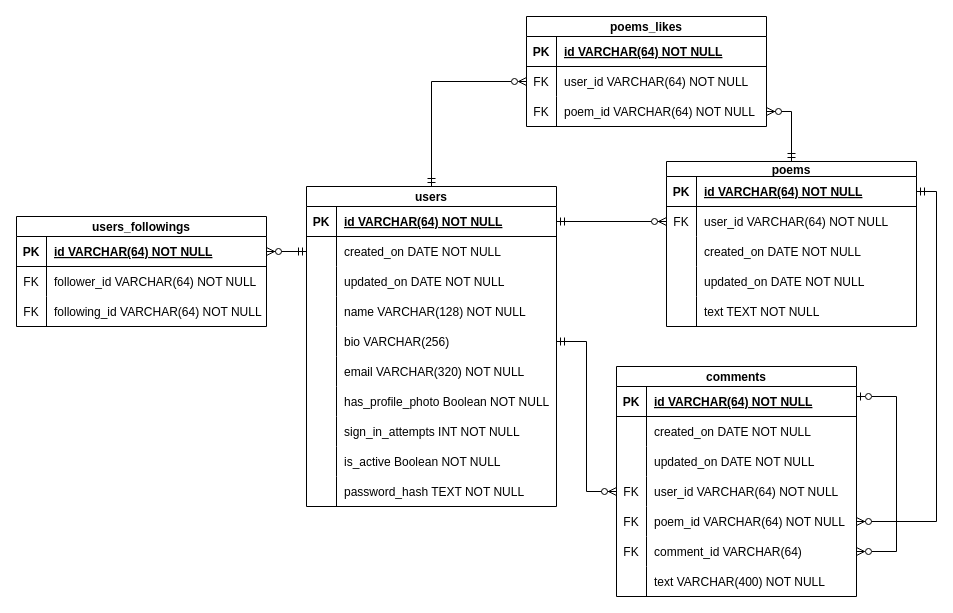
This is planning/2-Data_Model.drawio from B3zaleel/Cartedepoezii, a draw.io file, before an edit. Source tidied: cells renumbered, new cells numbered last; positions are measured from the earlier drawing's top-left corner, leaving out a move shared by most shapes. Both pictures are drawn from the tidied source at 100%, with x=0, y=0 at pixel (16, 16).
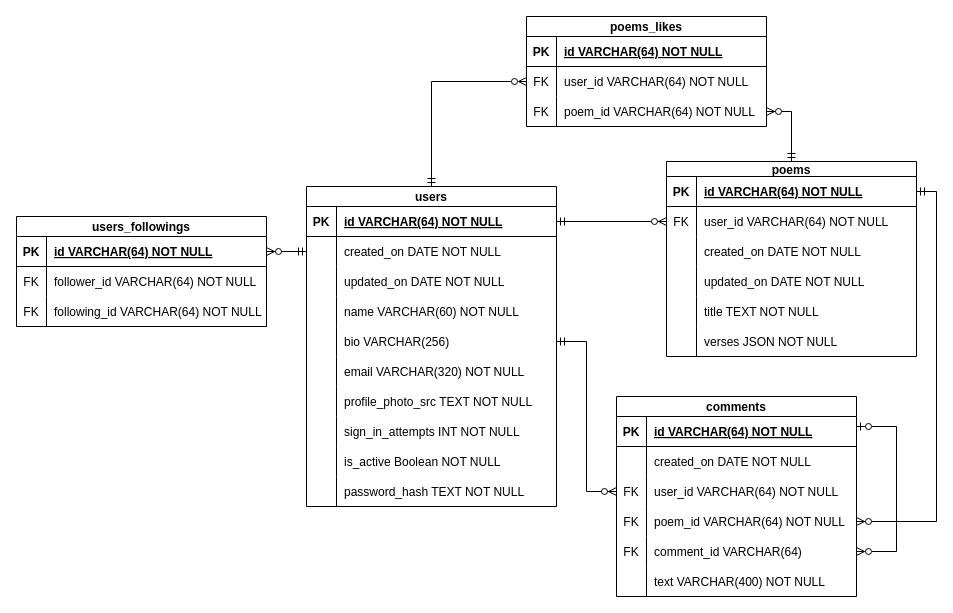
After the change.

Commit message (it also covers changes not shown here):
Update Data Models

The change refers to these unchanged cells:
```xml
<mxCell id="15" style="shape=partialRectangle;fillColor=none;top=0;left=0;right=0;bottom=0;" parent="2" vertex="1">
  <mxGeometry y="135" width="250" height="30" as="geometry" />
</mxCell>
<mxCell id="52" style="shape=partialRectangle;fillColor=none;top=0;left=0;right=0;bottom=0;" parent="42" vertex="1">
  <mxGeometry y="110" width="250" height="30" as="geometry" />
</mxCell>
<mxCell id="61" style="shape=partialRectangle;fillColor=none;top=0;left=0;right=0;bottom=0;" parent="42" vertex="1">
  <mxGeometry y="200" width="250" height="30" as="geometry" />
</mxCell>
```

What changed in the source:
```diff
@@
     <mxCell id="2" value="poems" style="shape=table;startSize=15;childLayout=tableLayout;rowLines=0;fontStyle=1;align=center;" parent="1" vertex="1">
-      <mxGeometry x="650" y="145" width="250" height="165" as="geometry" />
+      <mxGeometry x="650" y="145" width="250" height="195" as="geometry" />
     </mxCell>
@@
-    <mxCell id="17" value="text TEXT NOT NULL" style="shape=partialRectangle;overflow=hidden;fillColor=none;top=0;left=0;bottom=0;right=0;align=left;spacingLeft=6;" parent="15" vertex="1">
+    <mxCell id="17" value="title TEXT NOT NULL" style="shape=partialRectangle;overflow=hidden;fillColor=none;top=0;left=0;bottom=0;right=0;align=left;spacingLeft=6;" parent="15" vertex="1">
       <mxGeometry x="30" width="220" height="30" as="geometry" />
     </mxCell>
+    <mxCell id="98" style="shape=partialRectangle;fillColor=none;top=0;left=0;right=0;bottom=0;" parent="2" vertex="1">
+      <mxGeometry y="165" width="250" height="30" as="geometry" />
+    </mxCell>
+    <mxCell id="26" style="shape=partialRectangle;overflow=hidden;fillColor=none;top=0;left=0;bottom=0;right=0;" parent="98" vertex="1">
+      <mxGeometry width="30" height="30" as="geometry" />
+    </mxCell>
+    <mxCell id="99" value="verses JSON NOT NULL" style="shape=partialRectangle;overflow=hidden;fillColor=none;top=0;left=0;bottom=0;right=0;align=left;spacingLeft=6;" parent="98" vertex="1">
+      <mxGeometry x="30" width="220" height="30" as="geometry" />
+    </mxCell>
     <mxCell id="18" value="comments" style="shape=table;startSize=20;childLayout=tableLayout;rowLines=0;fontStyle=1;align=center;" parent="1" vertex="1">
-      <mxGeometry x="600" y="350" width="240" height="230" as="geometry" />
+      <mxGeometry x="600" y="380" width="240" height="200" as="geometry" />
     </mxCell>
@@
-    <mxCell id="25" style="shape=partialRectangle;fillColor=none;top=0;left=0;right=0;bottom=0;" parent="18" vertex="1">
-      <mxGeometry y="80" width="240" height="30" as="geometry" />
-    </mxCell>
-    <mxCell id="26" style="shape=partialRectangle;overflow=hidden;fillColor=none;top=0;left=0;bottom=0;right=0;" parent="25" vertex="1">
-      <mxGeometry width="30" height="30" as="geometry" />
-    </mxCell>
-    <mxCell id="27" value="updated_on DATE NOT NULL" style="shape=partialRectangle;overflow=hidden;fillColor=none;top=0;left=0;bottom=0;right=0;align=left;spacingLeft=6;" parent="25" vertex="1">
-      <mxGeometry x="30" width="210" height="30" as="geometry" />
-    </mxCell>
     <mxCell id="28" style="shape=partialRectangle;fillColor=none;points=[[0,0.5],[1,0.5]];portConstraint=eastwest;top=0;left=0;right=0;bottom=0;" parent="18" vertex="1">
-      <mxGeometry y="110" width="240" height="30" as="geometry" />
+      <mxGeometry y="80" width="240" height="30" as="geometry" />
     </mxCell>
@@
     <mxCell id="31" style="shape=partialRectangle;fillColor=none;points=[[0,0.5],[1,0.5]];portConstraint=eastwest;top=0;left=0;right=0;bottom=0;" parent="18" vertex="1">
-      <mxGeometry y="140" width="240" height="30" as="geometry" />
+      <mxGeometry y="110" width="240" height="30" as="geometry" />
     </mxCell>
@@
     <mxCell id="34" style="shape=partialRectangle;fillColor=none;points=[[0,0.5],[1,0.5]];portConstraint=eastwest;top=0;left=0;right=0;bottom=0;" parent="18" vertex="1">
-      <mxGeometry y="170" width="240" height="30" as="geometry" />
+      <mxGeometry y="140" width="240" height="30" as="geometry" />
     </mxCell>
@@
     <mxCell id="37" style="shape=partialRectangle;fillColor=none;top=0;left=0;right=0;bottom=0;" parent="18" vertex="1">
-      <mxGeometry y="200" width="240" height="30" as="geometry" />
+      <mxGeometry y="170" width="240" height="30" as="geometry" />
     </mxCell>
@@
     <mxCell id="40" style="endArrow=ERzeroToMany;startArrow=ERzeroToOne;html=1;rounded=0;edgeStyle=orthogonalEdgeStyle;elbow=vertical;entryX=1;entryY=0.5;entryDx=0;entryDy=0;startFill=0;endFill=0;" parent="18" edge="1" target="34">
       <mxGeometry relative="1" as="geometry">
         <mxPoint x="240" y="30" as="sourcePoint" />
         <Array as="points">
           <mxPoint x="280" y="30" />
-          <mxPoint x="280" y="185" />
+          <mxPoint x="280" y="155" />
         </Array>
       </mxGeometry>
     </mxCell>
@@
-    <mxCell id="54" value="name VARCHAR(128) NOT NULL" style="shape=partialRectangle;overflow=hidden;fillColor=none;top=0;left=0;bottom=0;right=0;align=left;spacingLeft=6;" parent="52" vertex="1">
+    <mxCell id="54" value="name VARCHAR(60) NOT NULL" style="shape=partialRectangle;overflow=hidden;fillColor=none;top=0;left=0;bottom=0;right=0;align=left;spacingLeft=6;" parent="52" vertex="1">
       <mxGeometry x="30" width="220" height="30" as="geometry" />
     </mxCell>
@@
-    <mxCell id="63" value="has_profile_photo Boolean NOT NULL" style="shape=partialRectangle;overflow=hidden;fillColor=none;top=0;left=0;bottom=0;right=0;align=left;spacingLeft=6;" parent="61" vertex="1">
+    <mxCell id="63" value="profile_photo_src TEXT NOT NULL" style="shape=partialRectangle;overflow=hidden;fillColor=none;top=0;left=0;bottom=0;right=0;align=left;spacingLeft=6;" parent="61" vertex="1">
       <mxGeometry x="30" width="220" height="30" as="geometry" />
     </mxCell>
```
